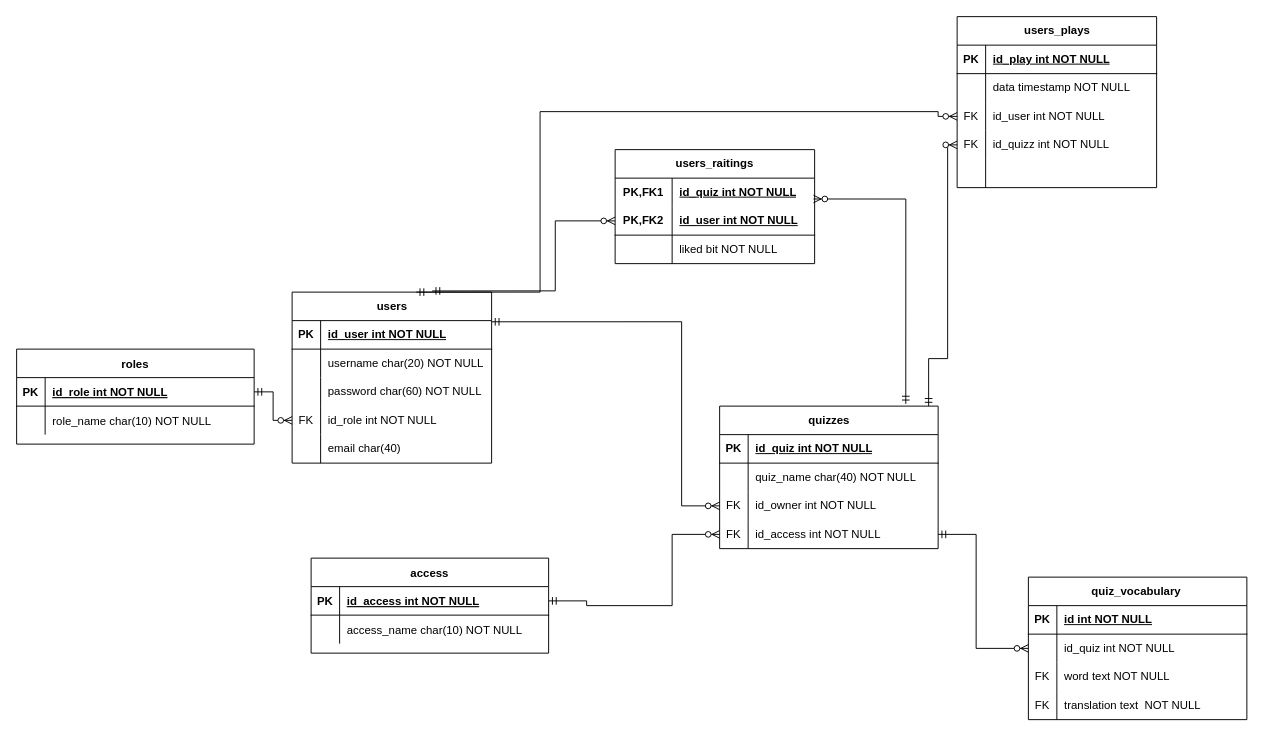
matjanus/ZTPAI keeps this draw.io diagram as erd.drawio. Above is the earlier version. Source tidied: cells renumbered, new cells numbered last; positions are measured from the earlier drawing's top-left corner, leaving out a move shared by most shapes. Both pictures are drawn from the tidied source at 95%, with x=0, y=0 at pixel (16, 16).
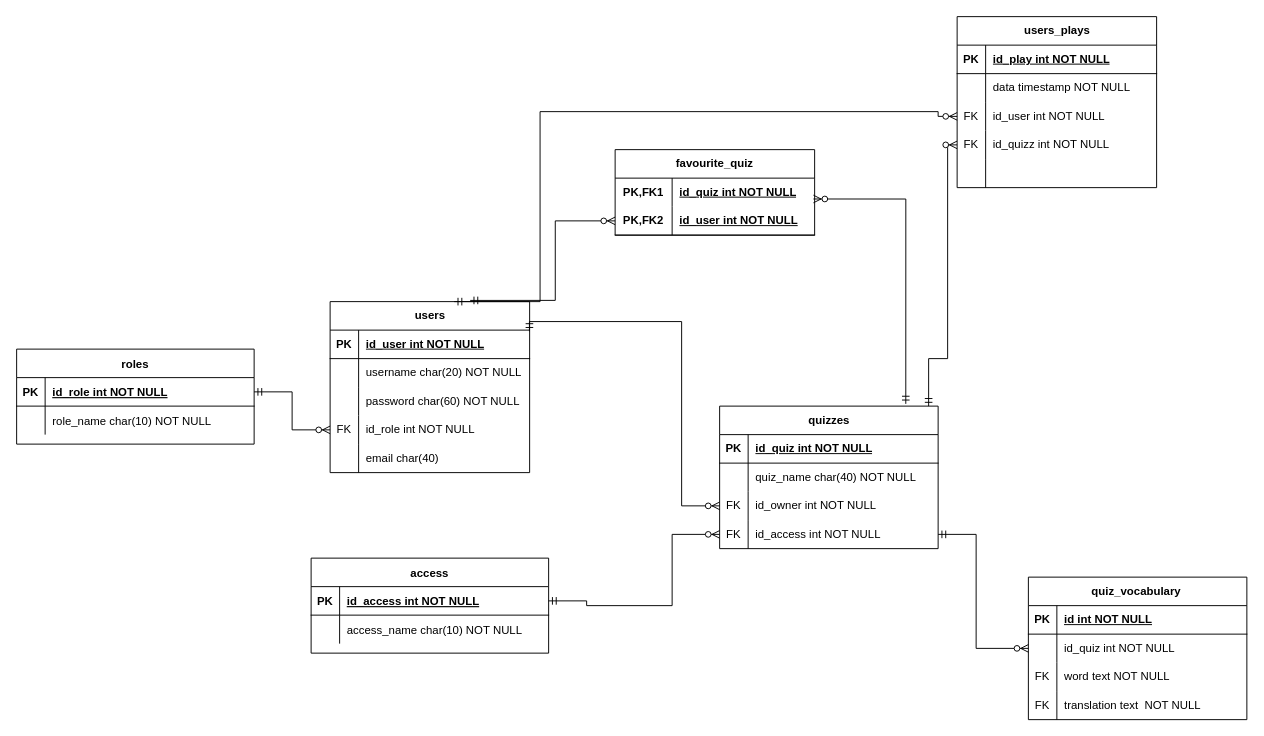
The same diagram, later.

Commit message:
refactor: erd change from raiting to favourite

Diff of the diagram source:
```diff
@@
     <mxCell id="9" value="users" style="shape=table;startSize=30;childLayout=tableLayout;rowLines=0;fontStyle=1;align=center;html=1;" parent="1" vertex="1">
-      <mxGeometry x="290" y="290" width="210" height="180" as="geometry" />
+      <mxGeometry x="330" y="300" width="210" height="180" as="geometry" />
     </mxCell>
@@
-    <mxCell id="64" value="&lt;span style=&quot;text-wrap-mode: nowrap;&quot;&gt;users_raitings&lt;/span&gt;" style="shape=table;startSize=30;childLayout=tableLayout;rowLines=0;fontStyle=1;align=center;html=1;whiteSpace=wrap;" parent="1" vertex="1">
-      <mxGeometry x="630" y="140" width="210" height="120" as="geometry" />
+    <mxCell id="64" value="&lt;span style=&quot;text-wrap-mode: nowrap;&quot;&gt;favourite_quiz&lt;/span&gt;" style="shape=table;startSize=30;childLayout=tableLayout;rowLines=0;fontStyle=1;align=center;html=1;whiteSpace=wrap;" parent="1" vertex="1">
+      <mxGeometry x="630" y="140" width="210" height="90" as="geometry" />
     </mxCell>
@@
-    <mxCell id="71" style="shape=tableRow;horizontal=0;startSize=0;swimlaneHead=0;swimlaneBody=0;fillColor=none;top=0;left=0;right=0;bottom=0;html=1;" parent="64" vertex="1">
-      <mxGeometry y="90" width="210" height="30" as="geometry" />
-    </mxCell>
-    <mxCell id="72" style="shape=partialRectangle;fillColor=none;top=0;left=0;bottom=0;right=0;overflow=hidden;html=1;whiteSpace=wrap;" parent="71" vertex="1">
-      <mxGeometry width="60" height="30" as="geometry" />
-    </mxCell>
-    <mxCell id="73" value="liked bit NOT NULL" style="shape=partialRectangle;fillColor=none;top=0;left=0;bottom=0;right=0;align=left;spacingLeft=6;overflow=hidden;html=1;whiteSpace=wrap;" parent="71" vertex="1">
-      <mxGeometry x="60" width="150" height="30" as="geometry" />
-    </mxCell>
```
